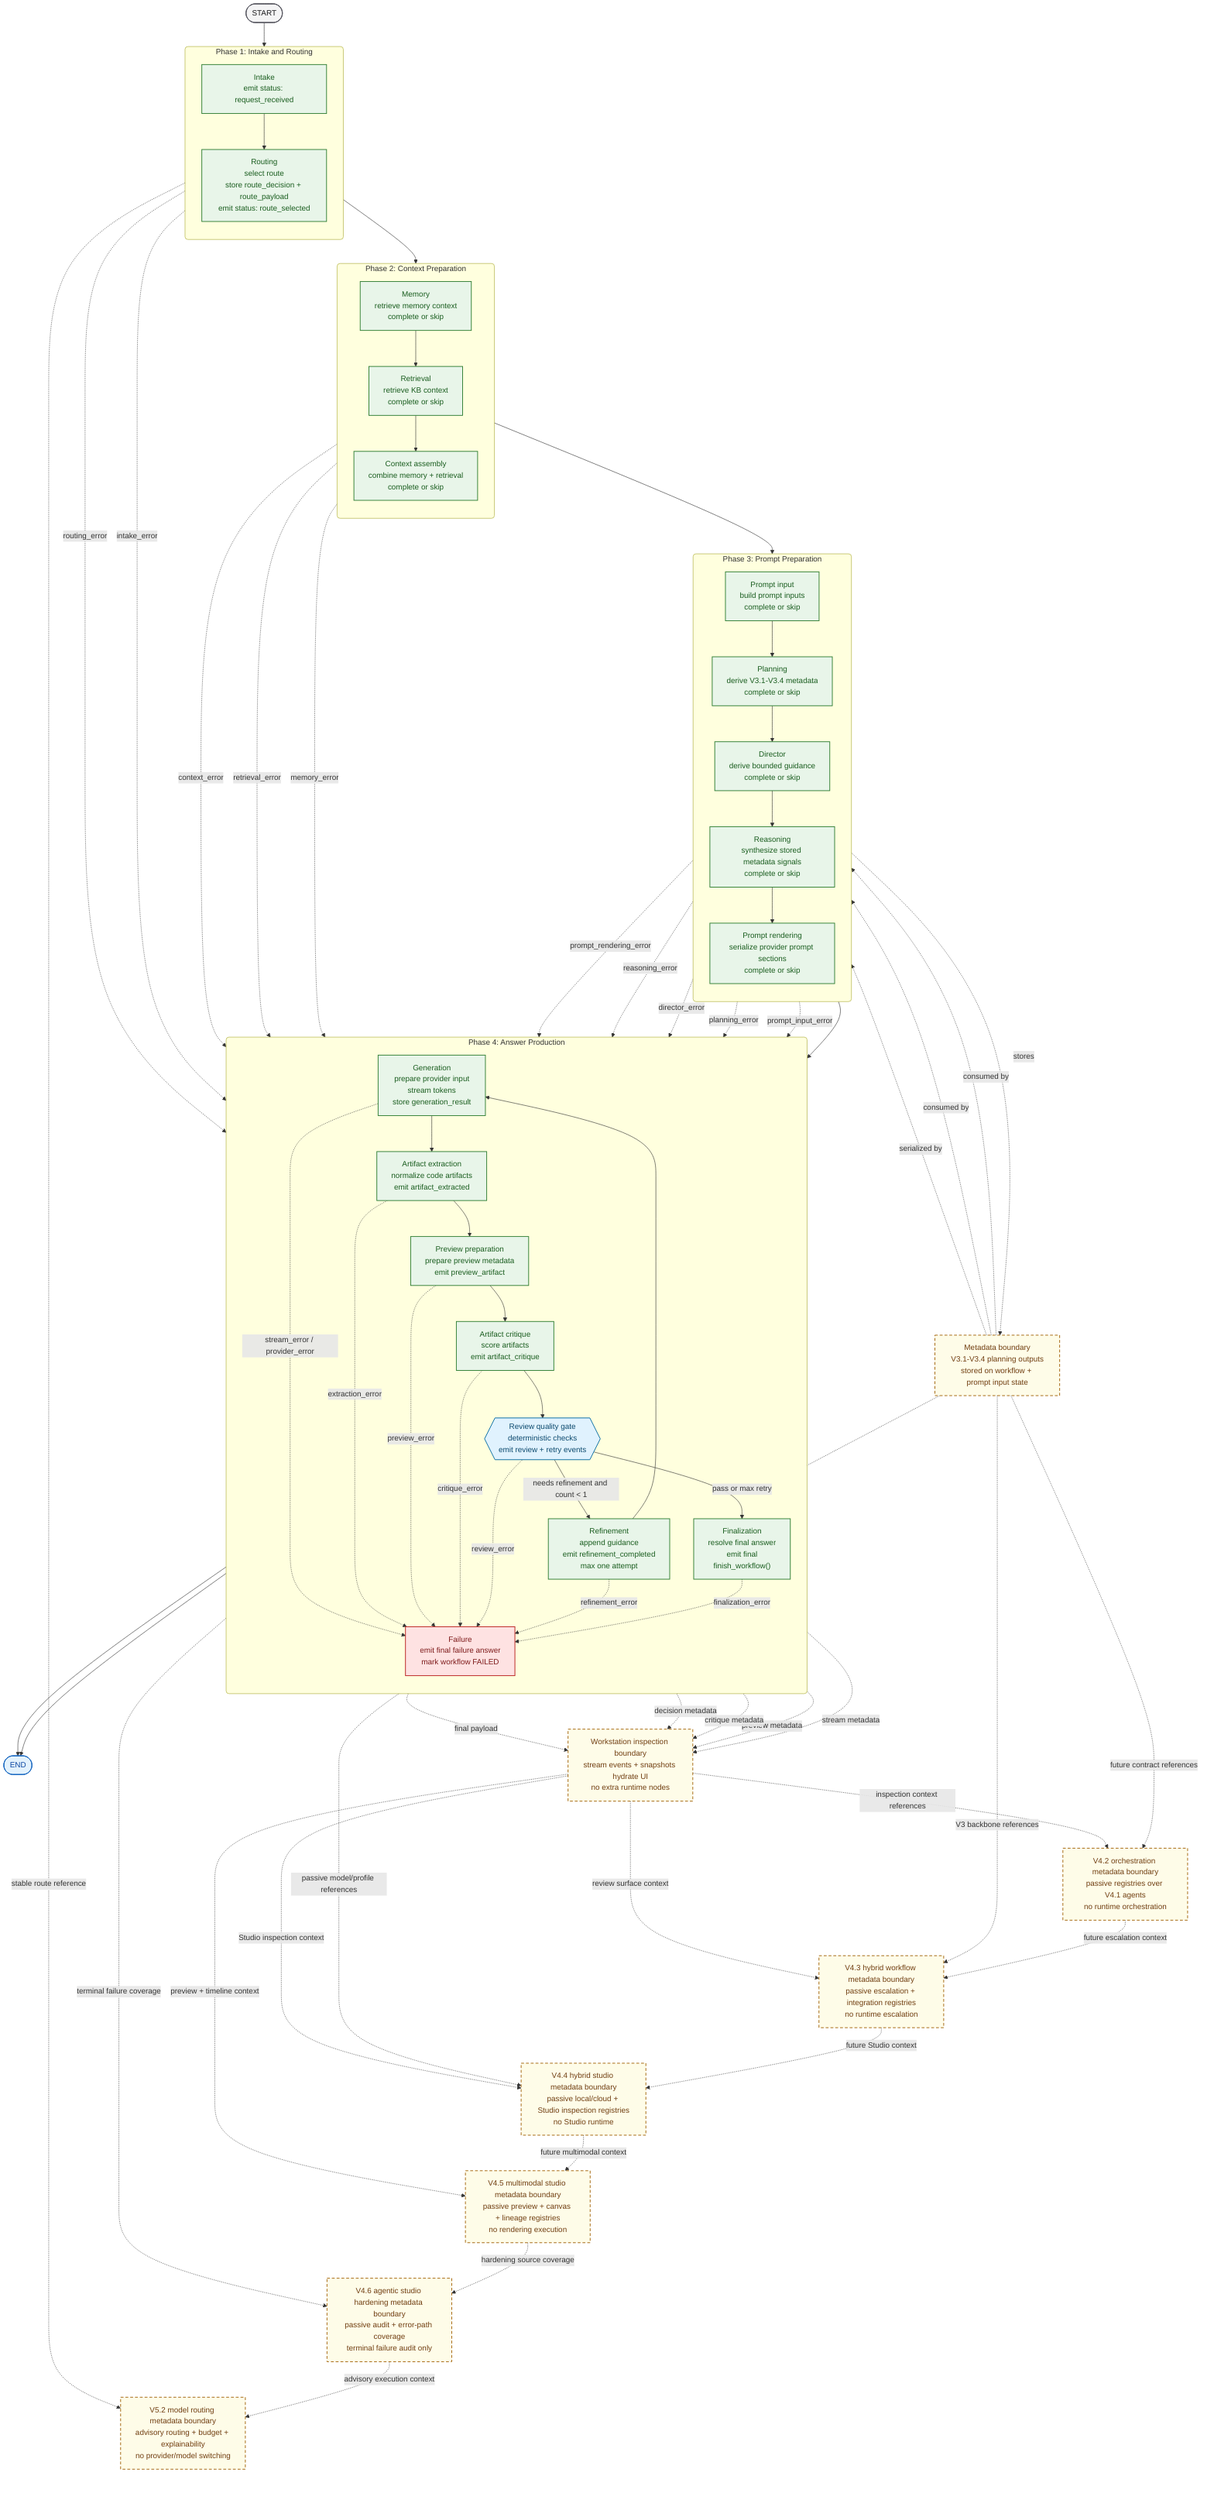
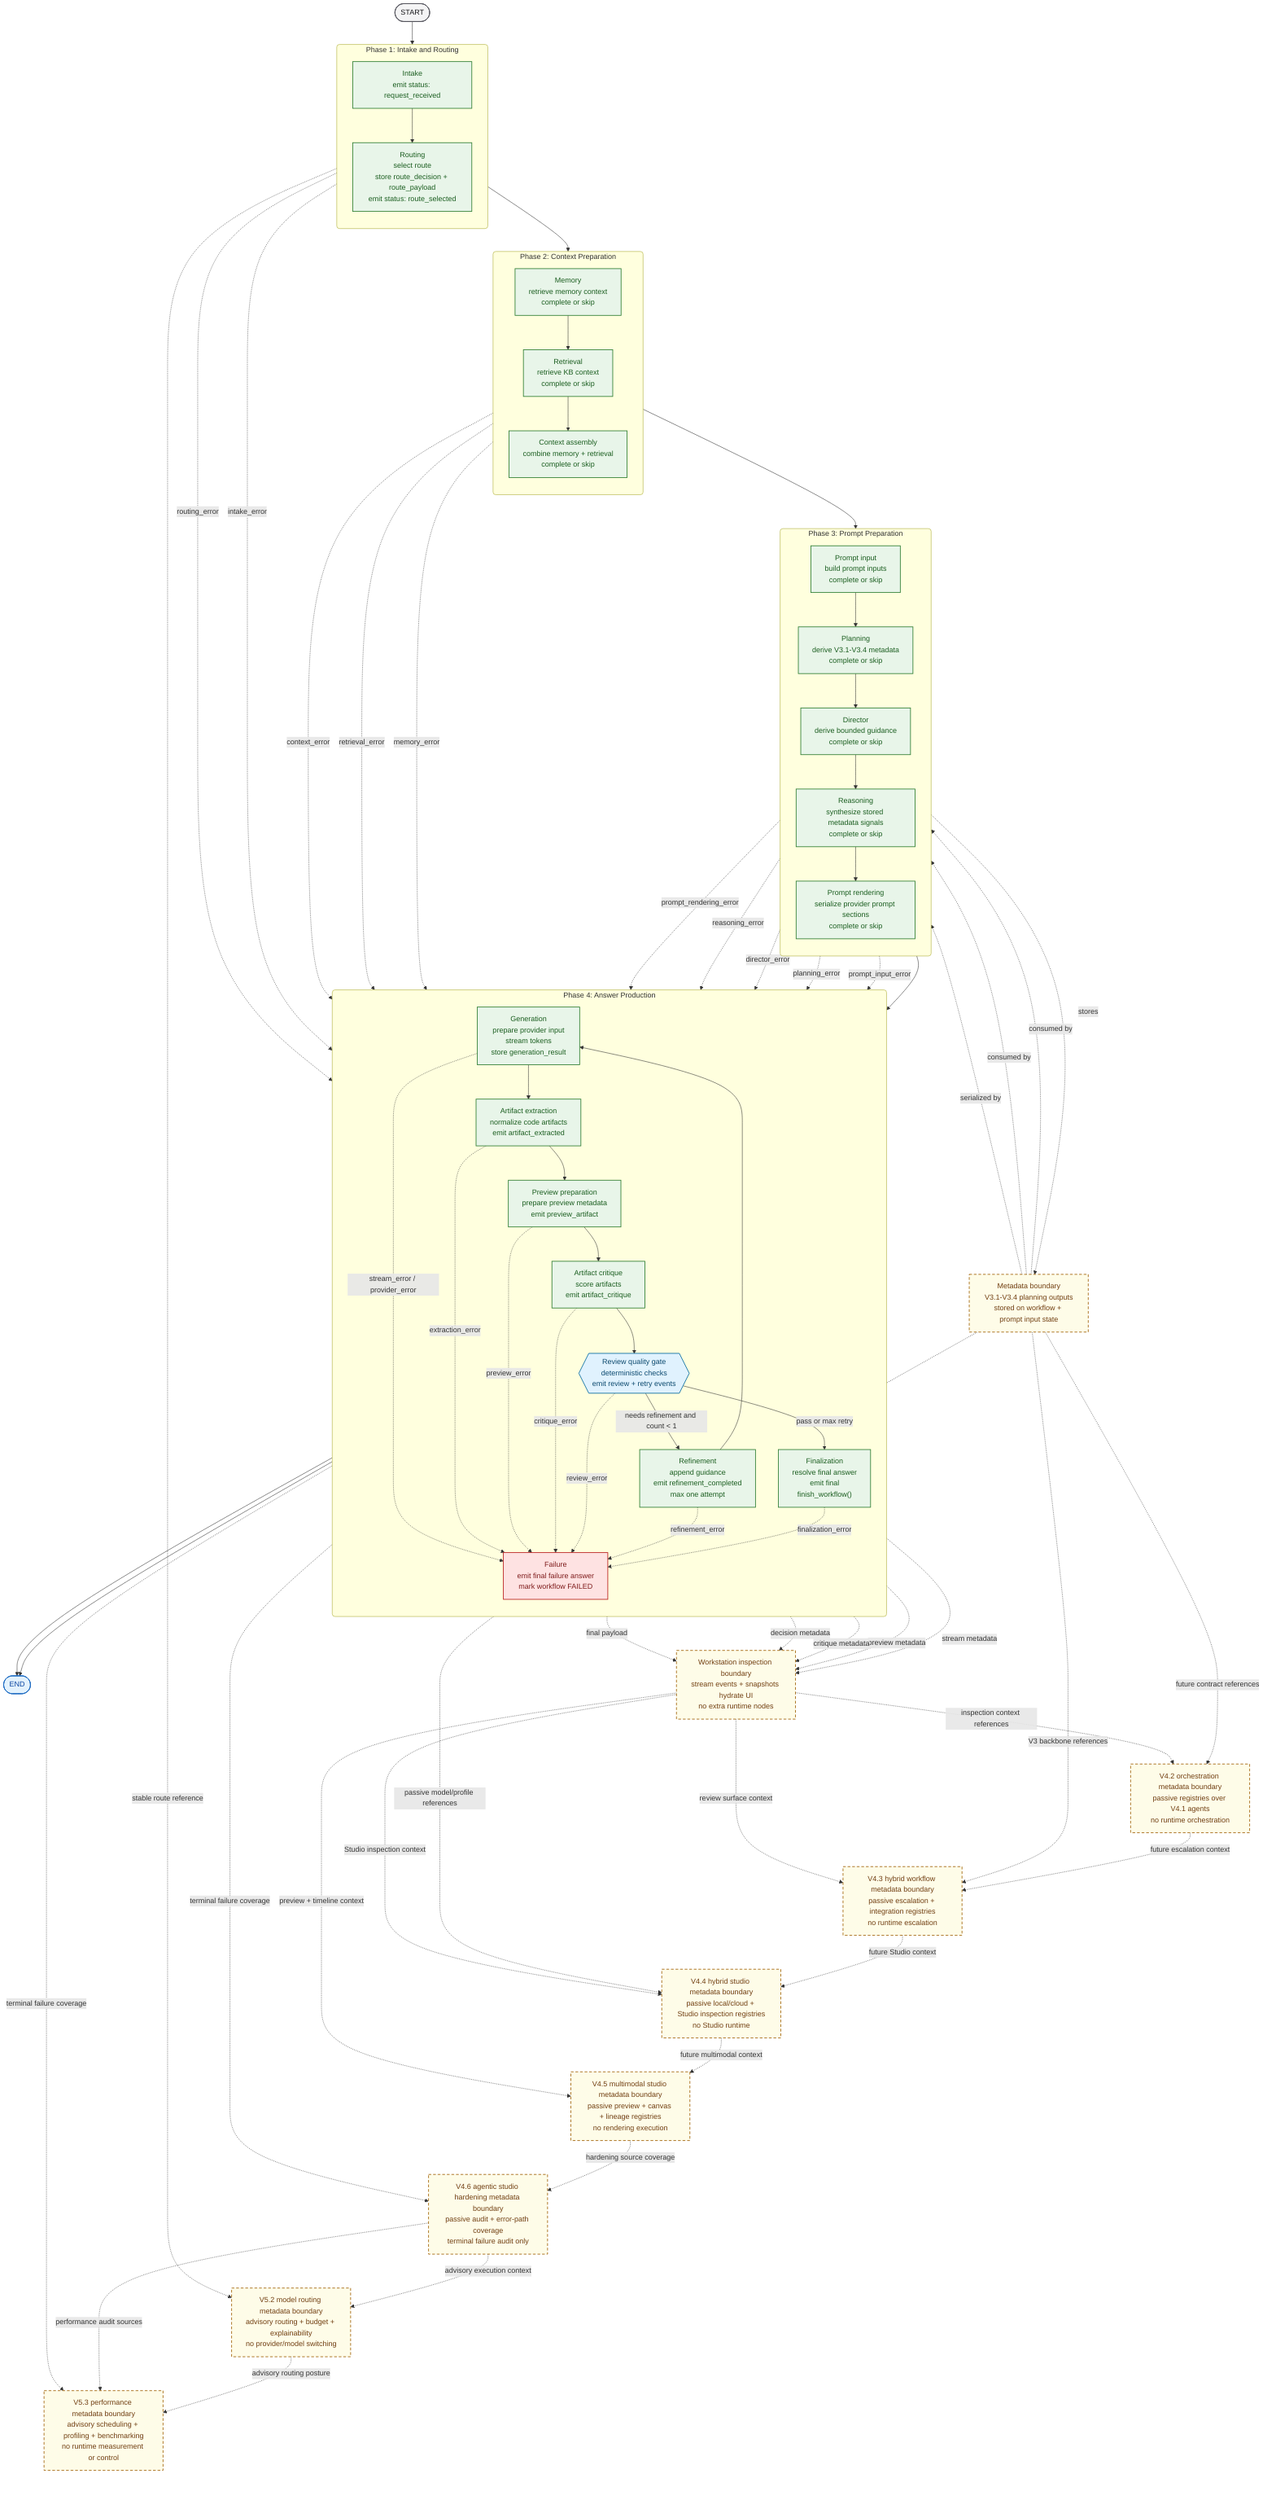
flowchart TB
    %% Class palette
    classDef boundary fill:#F4F4F5,stroke:#52525B,color:#18181B,stroke-width:1.5px;
    classDef implemented fill:#E8F5E9,stroke:#2E7D32,color:#1B5E20,stroke-width:1.5px;
    classDef gate fill:#E0F2FE,stroke:#0369A1,color:#0C4A6E,stroke-width:1.5px;
    classDef failure fill:#FEE2E2,stroke:#B91C1C,color:#7F1D1D,stroke-width:1.5px;
    classDef terminal fill:#E3F2FD,stroke:#1565C0,color:#0D47A1,stroke-width:1.5px;
    classDef relationship fill:#FEFCE8,stroke:#A16207,color:#713F12,stroke-width:1.5px,stroke-dasharray: 6 4;

    %% Terminal nodes
    start([START])
    finish([END])

    %% Runtime phases
    subgraph phase_1["Phase 1: Intake and Routing"]
        direction TB
        intake["Intake<br/>emit status: request_received"]
        routing["Routing<br/>select route<br/>store route_decision + route_payload<br/>emit status: route_selected"]
    end

    subgraph phase_2["Phase 2: Context Preparation"]
        direction TB
        memory["Memory<br/>retrieve memory context<br/>complete or skip"]
        retrieval["Retrieval<br/>retrieve KB context<br/>complete or skip"]
        context_assembly["Context assembly<br/>combine memory + retrieval<br/>complete or skip"]
    end

    subgraph phase_3["Phase 3: Prompt Preparation"]
        direction TB
        prompt_input["Prompt input<br/>build prompt inputs<br/>complete or skip"]
        planning["Planning<br/>derive V3.1-V3.4 metadata<br/>complete or skip"]
        director["Director<br/>derive bounded guidance<br/>complete or skip"]
        reasoning["Reasoning<br/>synthesize stored metadata signals<br/>complete or skip"]
        prompt_rendering["Prompt rendering<br/>serialize provider prompt sections<br/>complete or skip"]
    end

    subgraph phase_4["Phase 4: Answer Production"]
        direction TB
        generation["Generation<br/>prepare provider input<br/>stream tokens<br/>store generation_result"]
        artifact_extraction["Artifact extraction<br/>normalize code artifacts<br/>emit artifact_extracted"]
        preview_preparation["Preview preparation<br/>prepare preview metadata<br/>emit preview_artifact"]
        artifact_critique["Artifact critique<br/>score artifacts<br/>emit artifact_critique"]
        review{{"Review quality gate<br/>deterministic checks<br/>emit review + retry events"}}
        refinement["Refinement<br/>append guidance<br/>emit refinement_completed<br/>max one attempt"]
        finalization["Finalization<br/>resolve final answer<br/>emit final<br/>finish_workflow()"]
        failure["Failure<br/>emit final failure answer<br/>mark workflow FAILED"]
    end

    %% Documentation boundaries
    metadata_boundary["Metadata boundary<br/>V3.1-V3.4 planning outputs<br/>stored on workflow + prompt input state"]:::relationship
    workstation_boundary["Workstation inspection boundary<br/>stream events + snapshots hydrate UI<br/>no extra runtime nodes"]:::relationship
    orchestration_boundary["V4.2 orchestration metadata boundary<br/>passive registries over V4.1 agents<br/>no runtime orchestration"]:::relationship
    hybrid_workflow_boundary["V4.3 hybrid workflow metadata boundary<br/>passive escalation + integration registries<br/>no runtime escalation"]:::relationship
    hybrid_studio_boundary["V4.4 hybrid studio metadata boundary<br/>passive local/cloud + Studio inspection registries<br/>no Studio runtime"]:::relationship
    multimodal_studio_boundary["V4.5 multimodal studio metadata boundary<br/>passive preview + canvas + lineage registries<br/>no rendering execution"]:::relationship
    hardening_boundary["V4.6 agentic studio hardening metadata boundary<br/>passive audit + error-path coverage<br/>terminal failure audit only"]:::relationship
    model_routing_boundary["V5.2 model routing metadata boundary<br/>advisory routing + budget + explainability<br/>no provider/model switching"]:::relationship
+     performance_boundary["V5.3 performance metadata boundary<br/>advisory scheduling + profiling + benchmarking<br/>no runtime measurement or control"]:::relationship

    %% Main success path
    start --> intake --> routing --> memory --> retrieval --> context_assembly --> prompt_input --> planning --> director --> reasoning --> prompt_rendering --> generation --> artifact_extraction --> preview_preparation --> artifact_critique --> review
    review -->|"pass or max retry"| finalization --> finish
    review -->|"needs refinement and count < 1"| refinement --> generation

    %% Metadata and inspection boundaries
    planning -. stores .-> metadata_boundary
    metadata_boundary -. consumed by .-> director
    metadata_boundary -. consumed by .-> reasoning
    metadata_boundary -. serialized by .-> prompt_rendering
    artifact_extraction -. stream metadata .-> workstation_boundary
    preview_preparation -. preview metadata .-> workstation_boundary
    artifact_critique -. critique metadata .-> workstation_boundary
    review -. decision metadata .-> workstation_boundary
    finalization -. final payload .-> workstation_boundary
    metadata_boundary -. future contract references .-> orchestration_boundary
    workstation_boundary -. inspection context references .-> orchestration_boundary
    orchestration_boundary -. future escalation context .-> hybrid_workflow_boundary
    metadata_boundary -. V3 backbone references .-> hybrid_workflow_boundary
    workstation_boundary -. review surface context .-> hybrid_workflow_boundary
    hybrid_workflow_boundary -. future Studio context .-> hybrid_studio_boundary
    metadata_boundary -. passive model/profile references .-> hybrid_studio_boundary
    workstation_boundary -. Studio inspection context .-> hybrid_studio_boundary
    hybrid_studio_boundary -. future multimodal context .-> multimodal_studio_boundary
    workstation_boundary -. preview + timeline context .-> multimodal_studio_boundary
    multimodal_studio_boundary -. hardening source coverage .-> hardening_boundary
    failure -. terminal failure coverage .-> hardening_boundary
    hardening_boundary -. advisory execution context .-> model_routing_boundary
    routing -. stable route reference .-> model_routing_boundary
+     model_routing_boundary -. advisory routing posture .-> performance_boundary
+     hardening_boundary -. performance audit sources .-> performance_boundary
+     failure -. terminal failure coverage .-> performance_boundary

    %% Failure paths
    intake -. intake_error .-> failure
    routing -. routing_error .-> failure
    memory -. memory_error .-> failure
    retrieval -. retrieval_error .-> failure
    context_assembly -. context_error .-> failure
    prompt_input -. prompt_input_error .-> failure
    planning -. planning_error .-> failure
    director -. director_error .-> failure
    reasoning -. reasoning_error .-> failure
    prompt_rendering -. prompt_rendering_error .-> failure
    generation -. stream_error / provider_error .-> failure
    artifact_extraction -. extraction_error .-> failure
    preview_preparation -. preview_error .-> failure
    artifact_critique -. critique_error .-> failure
    review -. review_error .-> failure
    refinement -. refinement_error .-> failure
    finalization -. finalization_error .-> failure
    failure --> finish

    %% Node classes
    class start boundary
    class finish terminal
    class intake,routing,memory,retrieval,context_assembly,prompt_input,planning,director,reasoning,prompt_rendering,generation,artifact_extraction,preview_preparation,artifact_critique,refinement,finalization implemented
    class review gate
    class failure failure
-     class metadata_boundary,workstation_boundary,orchestration_boundary,hybrid_workflow_boundary,hybrid_studio_boundary,multimodal_studio_boundary,hardening_boundary,model_routing_boundary relationship
+     class metadata_boundary,workstation_boundary,orchestration_boundary,hybrid_workflow_boundary,hybrid_studio_boundary,multimodal_studio_boundary,hardening_boundary,model_routing_boundary,performance_boundary relationship

    %% Subgraph styling
    style phase_1 rx:6px,ry:6px
    style phase_2 rx:6px,ry:6px
    style phase_3 rx:6px,ry:6px
    style phase_4 rx:6px,ry:6px
